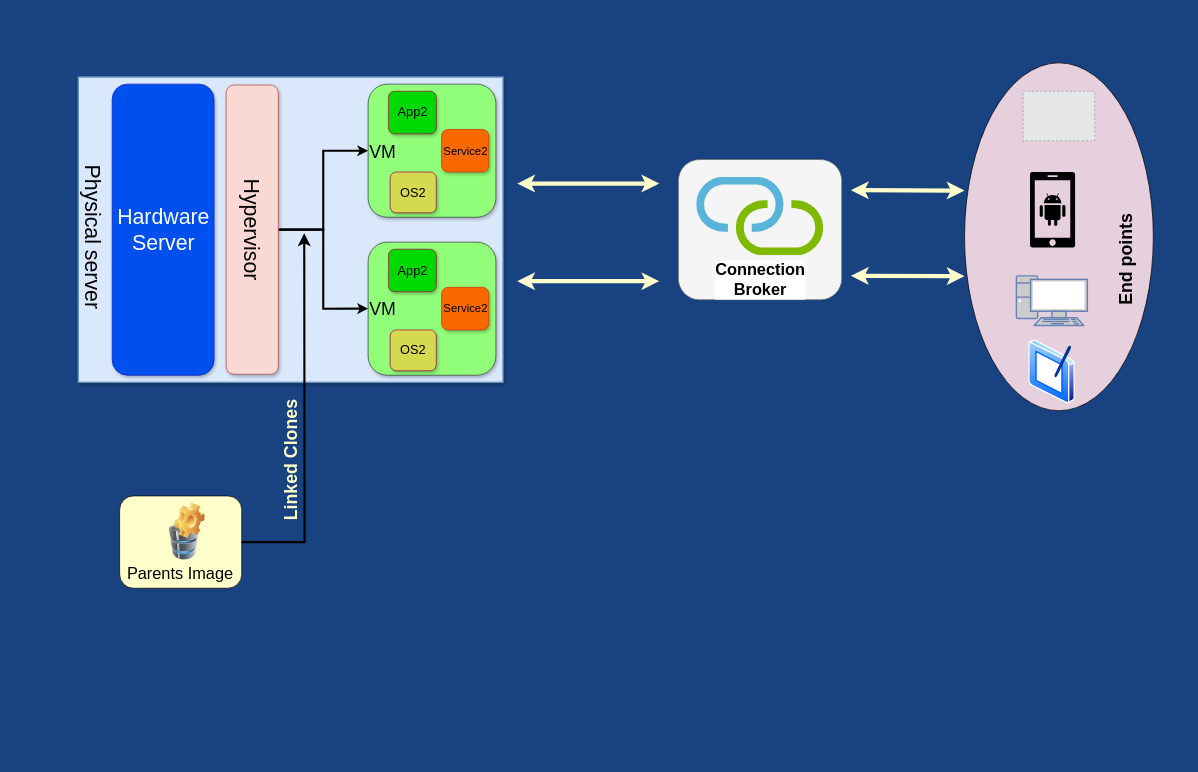
The draw.io diagram Untitled Diagram.drawio in ThuLTA/NT207.L11.ANTT, before the edit. Source tidied: cells renumbered, new cells numbered last; positions are measured from the earlier drawing's top-left corner, leaving out a move shared by most shapes. Both pictures are drawn from the tidied source at 71%, with x=0, y=0 at pixel (15, 62). Pictures stored in the file or linked from it are replaced by grey dashed boxes.
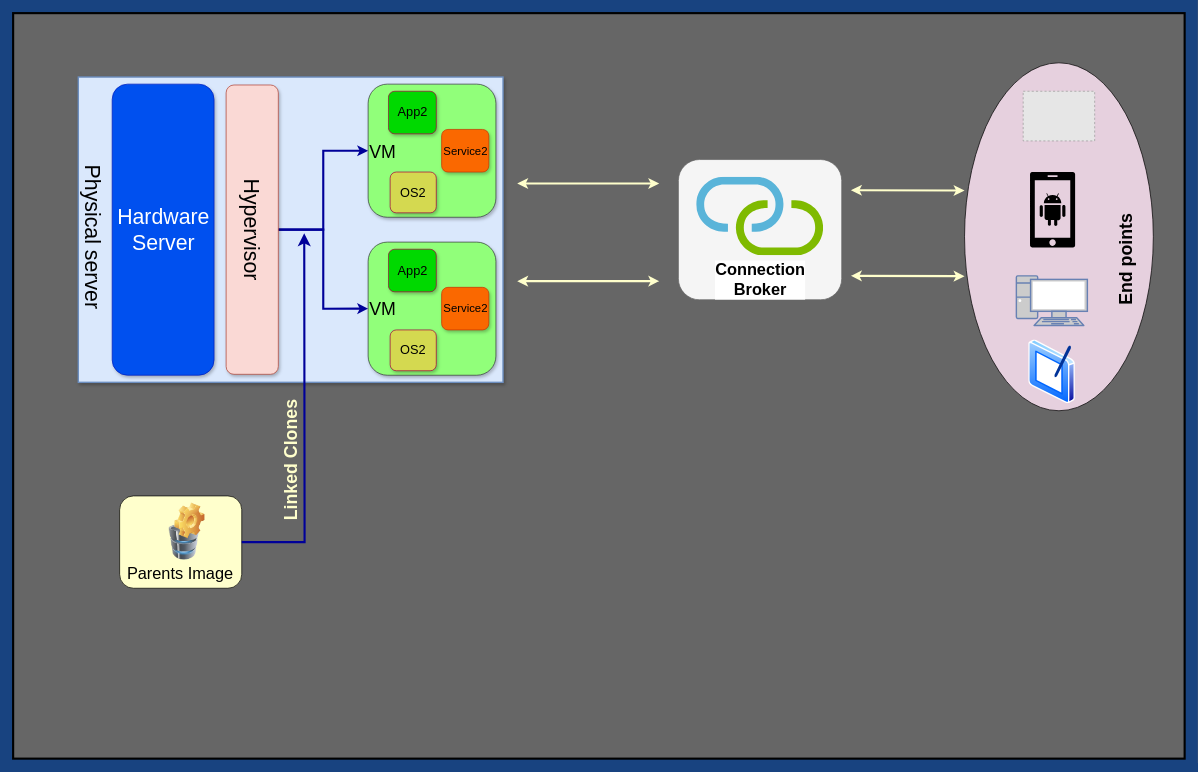
The same page after the edit.

The change refers to these unchanged cells:
```xml
<mxCell id="4" style="whiteSpace=wrap;html=1;fillColor=#FFFFCC;rounded=1;" parent="1" vertex="1">
  <mxGeometry x="147" y="610" width="172" height="130" as="geometry" />
</mxCell>
<mxCell id="13" value="&lt;font style=&quot;font-size: 30px&quot;&gt;Hypervisor&lt;/font&gt;" style="whiteSpace=wrap;html=1;rounded=1;shadow=1;fillColor=#fad9d5;strokeColor=#ae4132;rotation=90;" parent="1" vertex="1">
  <mxGeometry x="130" y="198.2" width="407.5" height="73.5" as="geometry" />
</mxCell>
<mxCell id="14" value="&lt;font style=&quot;font-size: 25px&quot;&gt;VM&lt;/font&gt;" style="whiteSpace=wrap;html=1;rounded=1;shadow=1;strokeColor=#36393d;fillColor=#91FF7A;align=left;" parent="1" vertex="1">
  <mxGeometry x="497" y="252.5" width="180" height="187.5" as="geometry" />
</mxCell>
<mxCell id="18" value="&lt;font style=&quot;font-size: 25px&quot;&gt;VM&lt;/font&gt;" style="whiteSpace=wrap;html=1;rounded=1;shadow=1;strokeColor=#36393d;fillColor=#91FF7A;align=left;" parent="1" vertex="1">
  <mxGeometry x="497" y="30" width="180" height="187.5" as="geometry" />
</mxCell>
```

The edit, as a diff of the source:
```diff
@@
+    <mxCell id="37" style="whiteSpace=wrap;html=1;rounded=0;strokeWidth=3;fillColor=#666666;" parent="1" vertex="1">
+      <mxGeometry x="-3" y="-70" width="1650" height="1050" as="geometry" />
+    </mxCell>
@@
-    <mxCell id="11" style="edgeStyle=orthogonalEdgeStyle;rounded=0;jettySize=auto;html=1;exitX=0.5;exitY=0;exitDx=0;exitDy=0;entryX=0;entryY=0.5;entryDx=0;entryDy=0;strokeWidth=3;" parent="1" edge="1" source="13" target="18">
+    <mxCell id="11" style="edgeStyle=orthogonalEdgeStyle;rounded=0;jettySize=auto;html=1;exitX=0.5;exitY=0;exitDx=0;exitDy=0;entryX=0;entryY=0.5;entryDx=0;entryDy=0;strokeWidth=3;strokeColor=#000099;" parent="1" edge="1" source="13" target="18">
       <mxGeometry relative="1" as="geometry" />
     </mxCell>
-    <mxCell id="12" style="edgeStyle=orthogonalEdgeStyle;rounded=0;jettySize=auto;html=1;exitX=0.5;exitY=0;exitDx=0;exitDy=0;entryX=0;entryY=0.5;entryDx=0;entryDy=0;strokeColor=#000000;strokeWidth=3;" parent="1" edge="1" source="13" target="14">
+    <mxCell id="12" style="edgeStyle=orthogonalEdgeStyle;rounded=0;jettySize=auto;html=1;exitX=0.5;exitY=0;exitDx=0;exitDy=0;entryX=0;entryY=0.5;entryDx=0;entryDy=0;strokeWidth=3;strokeColor=#000099;" parent="1" edge="1" source="13" target="14">
       <mxGeometry relative="1" as="geometry" />
     </mxCell>
@@
-    <mxCell id="25" style="edgeStyle=orthogonalEdgeStyle;rounded=0;jettySize=auto;html=1;exitX=1;exitY=0.5;exitDx=0;exitDy=0;strokeColor=#000000;endSize=9;startSize=9;strokeWidth=3;" parent="1" edge="1" source="4">
+    <mxCell id="25" style="edgeStyle=orthogonalEdgeStyle;rounded=0;jettySize=auto;html=1;exitX=1;exitY=0.5;exitDx=0;exitDy=0;endSize=9;startSize=9;strokeWidth=3;strokeColor=#000099;" parent="1" edge="1" source="4">
       <mxGeometry relative="1" as="geometry">
         <mxPoint x="407" y="240" as="targetPoint" />
       </mxGeometry>
     </mxCell>
@@
-    <mxCell id="33" style="endArrow=classic;startArrow=classic;html=1;strokeWidth=6;strokeColor=#FFFFCC;" parent="1" edge="1">
+    <mxCell id="33" style="endArrow=classic;startArrow=classic;html=1;strokeWidth=3;strokeColor=#FFFFCC;" parent="1" edge="1">
       <mxGeometry relative="1" as="geometry">
         <mxPoint x="707" y="170" as="sourcePoint" />
         <mxPoint x="907" y="170" as="targetPoint" />
       </mxGeometry>
     </mxCell>
-    <mxCell id="34" style="endArrow=classic;startArrow=classic;html=1;strokeWidth=6;strokeColor=#FFFFCC;" parent="1" edge="1">
+    <mxCell id="34" style="endArrow=classic;startArrow=classic;html=1;strokeWidth=3;strokeColor=#FFFFCC;" parent="1" edge="1">
       <mxGeometry relative="1" as="geometry">
         <mxPoint x="707" y="307.5" as="sourcePoint" />
         <mxPoint x="907" y="307.5" as="targetPoint" />
       </mxGeometry>
     </mxCell>
-    <mxCell id="35" style="endArrow=classic;startArrow=classic;html=1;strokeWidth=6;strokeColor=#FFFFCC;" parent="1" edge="1">
+    <mxCell id="35" style="endArrow=classic;startArrow=classic;html=1;strokeWidth=3;strokeColor=#FFFFCC;" parent="1" edge="1">
       <mxGeometry relative="1" as="geometry">
         <mxPoint x="1177" y="179.4" as="sourcePoint" />
         <mxPoint x="1337" y="179.9" as="targetPoint" />
       </mxGeometry>
     </mxCell>
-    <mxCell id="36" style="endArrow=classic;startArrow=classic;html=1;strokeWidth=6;strokeColor=#FFFFCC;" parent="1" edge="1">
+    <mxCell id="36" style="endArrow=classic;startArrow=classic;html=1;strokeWidth=3;strokeColor=#FFFFCC;" parent="1" edge="1">
       <mxGeometry relative="1" as="geometry">
         <mxPoint x="1177" y="300" as="sourcePoint" />
         <mxPoint x="1337" y="300.5" as="targetPoint" />
       </mxGeometry>
     </mxCell>
```
